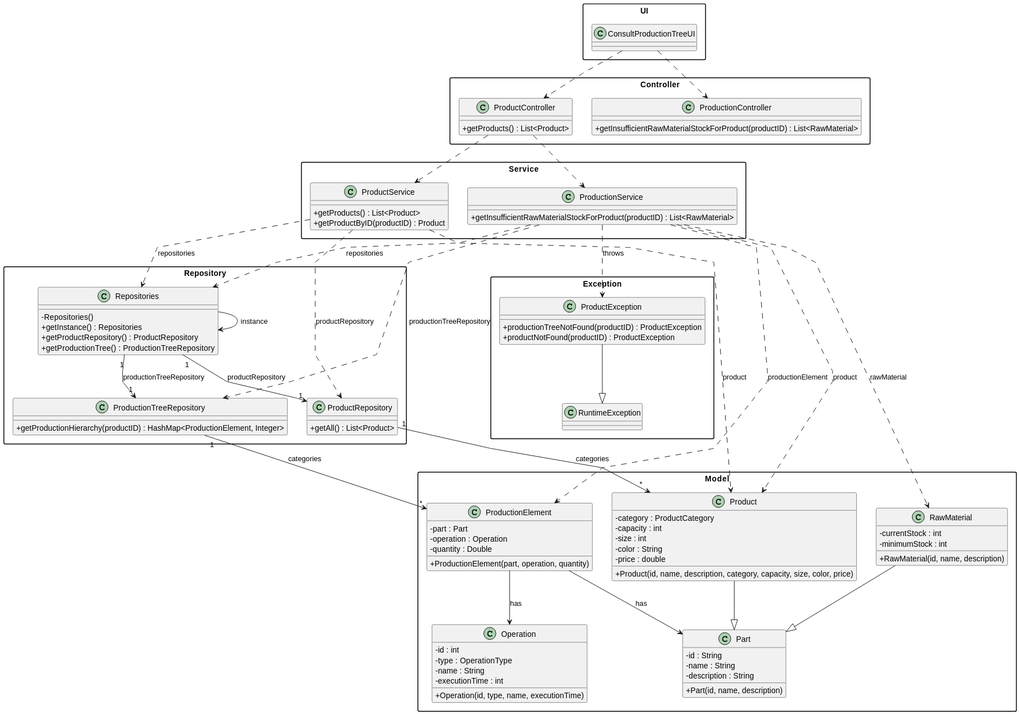
daniel41silva05/Production_Control_Industrial_ISEP keeps this PlantUML diagram as documentation/user-stories/us018/03.design/svg/us018-class-diagram.svg. Above is the earlier version.
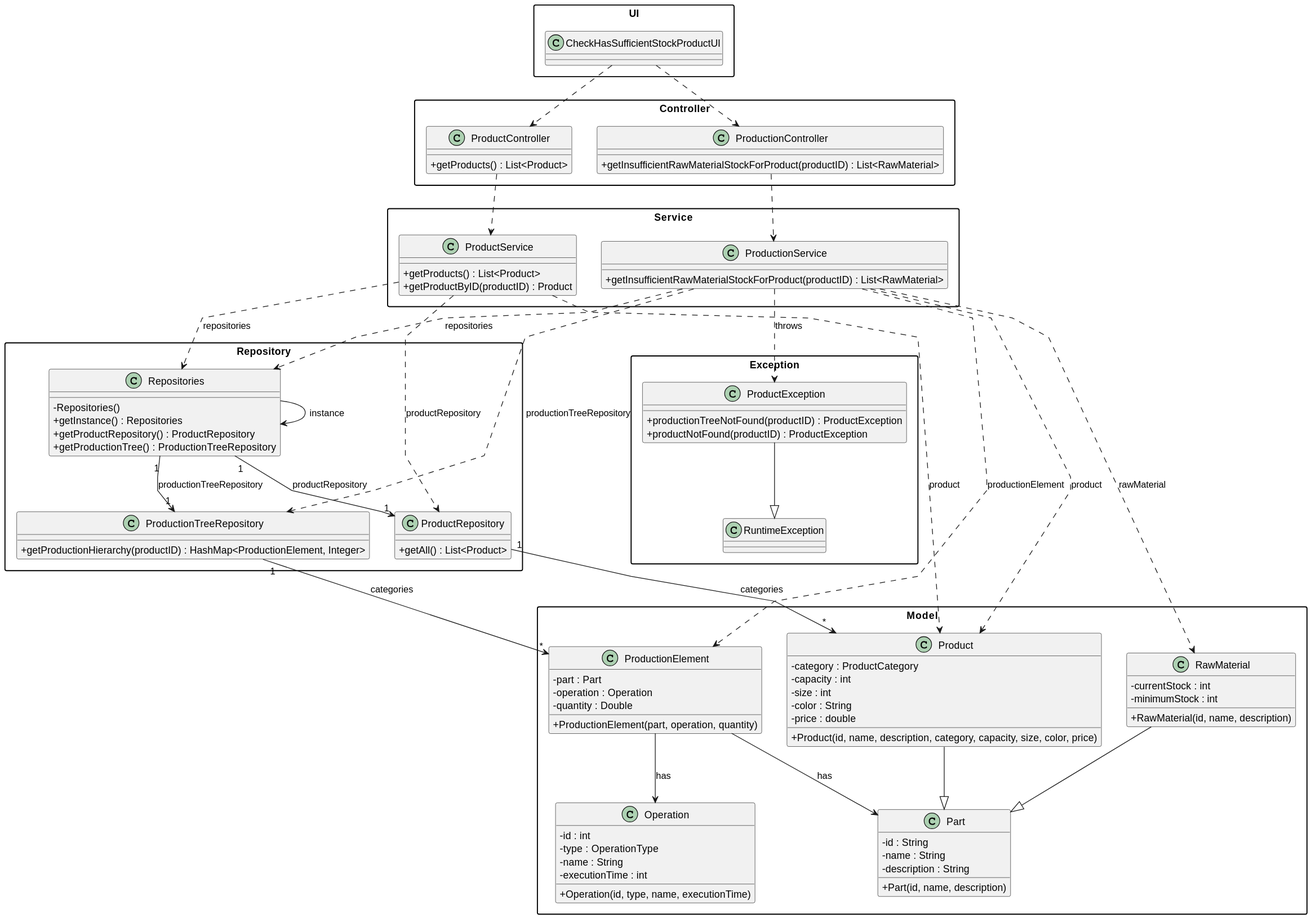
After the commit.

The edit, as a diff of the source:
```diff
@@ -5,7 +5,7 @@
 skinparam classAttributeIconSize 0
 
 package "UI" {
-    class ConsultProductionTreeUI {
+    class CheckHasSufficientStockProductUI {
     }
 }
 
@@ -95,10 +95,10 @@
     class RuntimeException
 }
 
-ConsultProductionTreeUI ..> ProductController
-ConsultProductionTreeUI ..> ProductionController
+CheckHasSufficientStockProductUI ..> ProductController
+CheckHasSufficientStockProductUI ..> ProductionController
 ProductController ..> ProductService
-ProductController ..> ProductionService
+ProductionController ..> ProductionService
 ProductService ..> Repositories : repositories
 ProductService ..> ProductRepository : productRepository
 ProductService ..> Product : product
```
